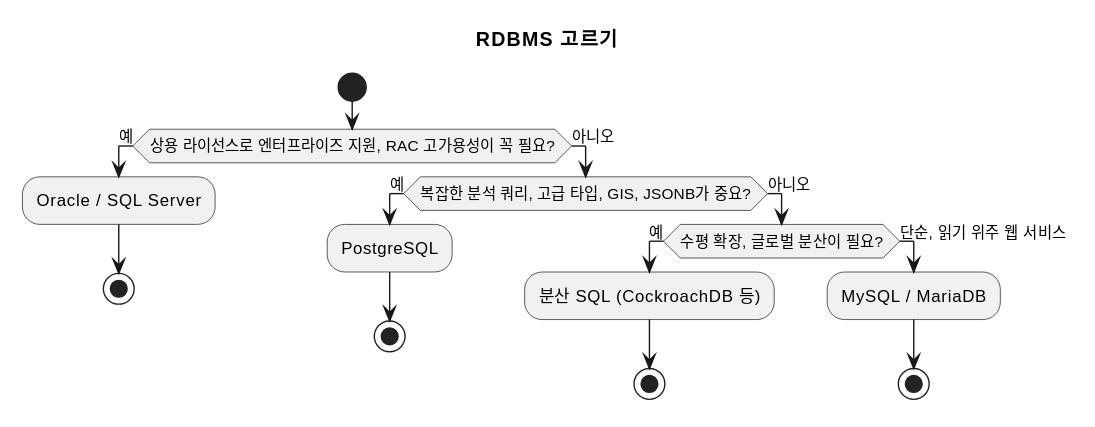
The PlantUML diagram static/img/c4/pu-rdbms-select.svg in johnycho/johny-dev, before a commit.
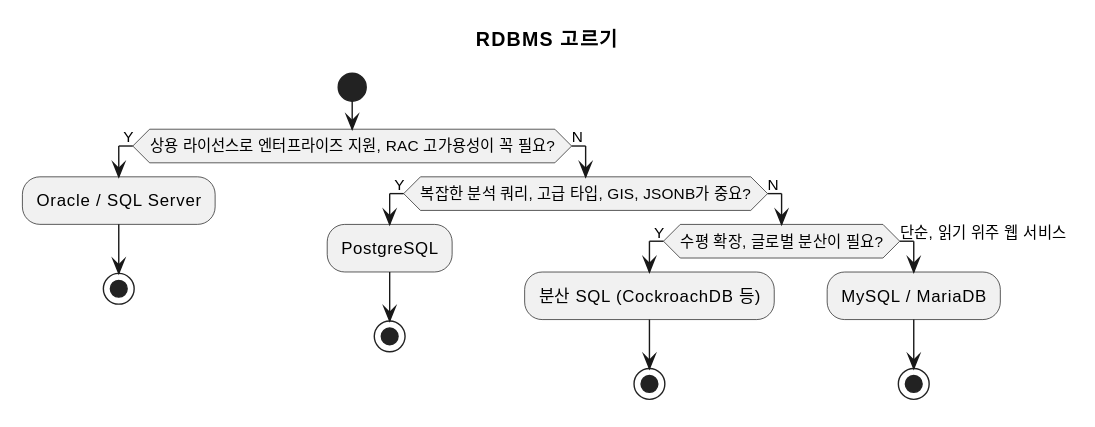
The same file after the commit.

What changed in the source:
```diff
@@ -1,15 +1,15 @@
 @startuml
 title RDBMS 고르기
 start
-if (상용 라이선스로 엔터프라이즈 지원, RAC 고가용성이 꼭 필요?) then (예)
+if (상용 라이선스로 엔터프라이즈 지원, RAC 고가용성이 꼭 필요?) then (Y)
   :Oracle / SQL Server;
   stop
-else (아니오)
-  if (복잡한 분석 쿼리, 고급 타입, GIS, JSONB가 중요?) then (예)
+else (N)
+  if (복잡한 분석 쿼리, 고급 타입, GIS, JSONB가 중요?) then (Y)
     :PostgreSQL;
     stop
-  else (아니오)
-    if (수평 확장, 글로벌 분산이 필요?) then (예)
+  else (N)
+    if (수평 확장, 글로벌 분산이 필요?) then (Y)
       :분산 SQL (CockroachDB 등);
       stop
     else (단순, 읽기 위주 웹 서비스)
```
